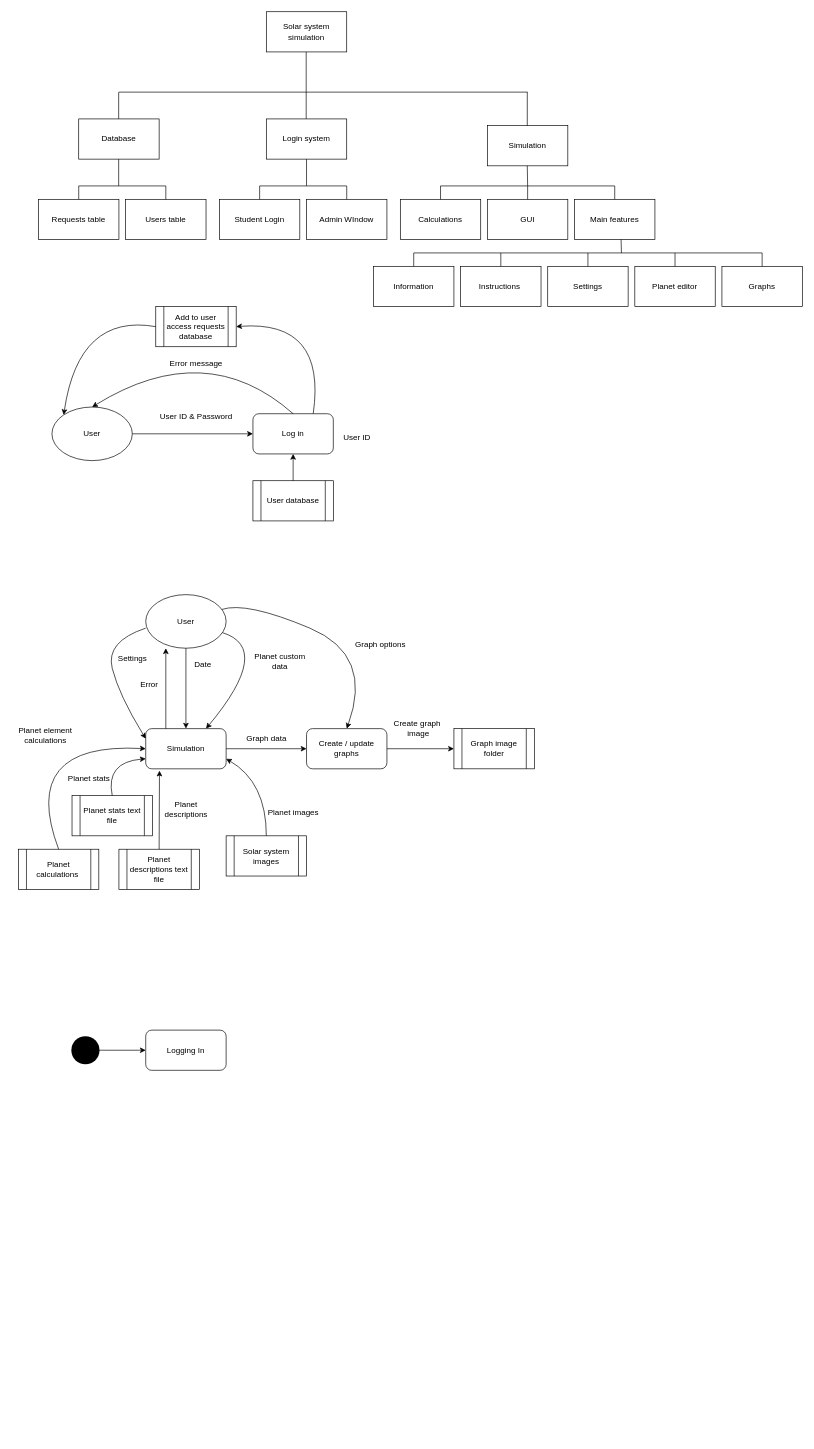
Qaim0/CS_Project1 keeps this draw.io diagram as Untitled Diagram.drawio. Above is the earlier version. Source tidied: cells renumbered, new cells numbered last; positions are measured from the earlier drawing's top-left corner, leaving out a move shared by most shapes. Both pictures are drawn from the tidied source at 67%, with x=0, y=0 at pixel (11, 11).
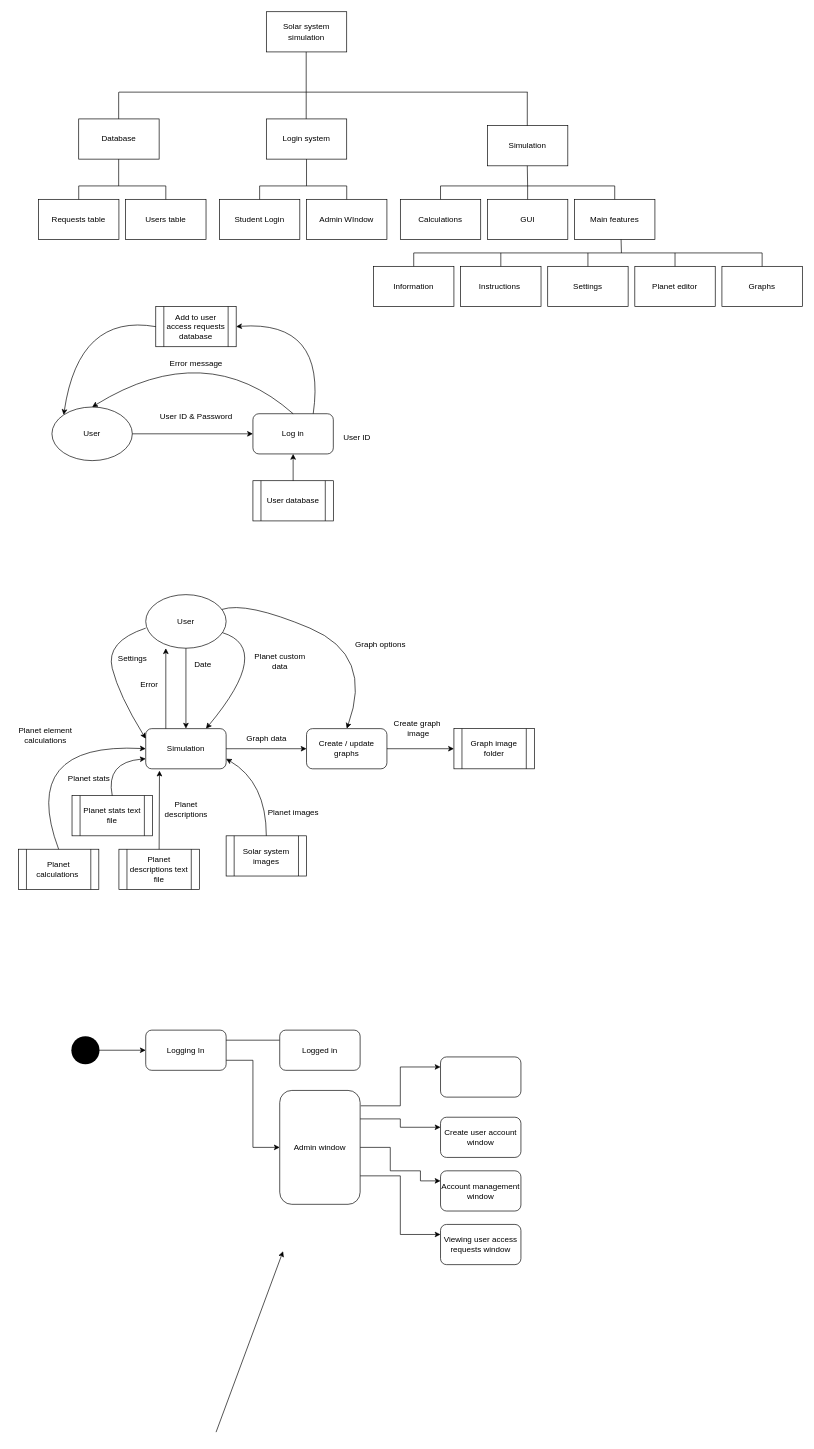
The same page after the edit.

Unchanged cells that the change refers to:
```xml
<mxCell id="87" value="Logging In" style="rounded=1;whiteSpace=wrap;html=1;" parent="1" vertex="1">
  <mxGeometry x="200" y="1520" width="120" height="60" as="geometry" />
</mxCell>
```

The edit, as a diff of the source:
```diff
@@
+    <mxCell id="88" style="edgeStyle=orthogonalEdgeStyle;rounded=0;jettySize=auto;html=1;exitX=1;exitY=0.75;exitDx=0;exitDy=0;entryX=0;entryY=0.5;entryDx=0;entryDy=0;" parent="1" edge="1" source="87" target="94">
+      <mxGeometry relative="1" as="geometry" />
+    </mxCell>
@@
+    <mxCell id="89" style="endArrow=none;html=1;rounded=0;exitX=1;exitY=0.25;exitDx=0;exitDy=0;" parent="1" edge="1" source="87">
+      <mxGeometry relative="1" as="geometry">
+        <mxPoint x="400" y="1535" as="targetPoint" />
+      </mxGeometry>
+    </mxCell>
+    <mxCell id="90" value="Logged in" style="rounded=1;whiteSpace=wrap;html=1;" parent="1" vertex="1">
+      <mxGeometry x="400" y="1520" width="120" height="60" as="geometry" />
+    </mxCell>
+    <mxCell id="91" style="edgeStyle=orthogonalEdgeStyle;rounded=0;jettySize=auto;html=1;exitX=1;exitY=0.25;exitDx=0;exitDy=0;entryX=0;entryY=0.25;entryDx=0;entryDy=0;" parent="1" edge="1" source="94" target="96">
+      <mxGeometry relative="1" as="geometry" />
+    </mxCell>
+    <mxCell id="92" style="edgeStyle=orthogonalEdgeStyle;rounded=0;jettySize=auto;html=1;exitX=1;exitY=0.5;exitDx=0;exitDy=0;entryX=0;entryY=0.25;entryDx=0;entryDy=0;" parent="1" edge="1" source="94" target="97">
+      <mxGeometry relative="1" as="geometry">
+        <Array as="points">
+          <mxPoint x="565" y="1695" />
+          <mxPoint x="565" y="1730" />
+          <mxPoint x="610" y="1730" />
+        </Array>
+      </mxGeometry>
+    </mxCell>
+    <mxCell id="93" style="edgeStyle=orthogonalEdgeStyle;rounded=0;jettySize=auto;html=1;exitX=1;exitY=0.75;exitDx=0;exitDy=0;entryX=0;entryY=0.25;entryDx=0;entryDy=0;" parent="1" edge="1" source="94" target="100">
+      <mxGeometry relative="1" as="geometry" />
+    </mxCell>
+    <mxCell id="94" value="Admin window" style="rounded=1;whiteSpace=wrap;html=1;" parent="1" vertex="1">
+      <mxGeometry x="400" y="1610" width="120" height="170" as="geometry" />
+    </mxCell>
+    <mxCell id="95" style="rounded=1;whiteSpace=wrap;html=1;" parent="1" vertex="1">
+      <mxGeometry x="640" y="1560" width="120" height="60" as="geometry" />
+    </mxCell>
+    <mxCell id="96" value="Create user account window" style="rounded=1;whiteSpace=wrap;html=1;" parent="1" vertex="1">
+      <mxGeometry x="640" y="1650" width="120" height="60" as="geometry" />
+    </mxCell>
+    <mxCell id="97" value="Account management window" style="rounded=1;whiteSpace=wrap;html=1;" parent="1" vertex="1">
+      <mxGeometry x="640" y="1730" width="120" height="60" as="geometry" />
+    </mxCell>
+    <mxCell id="98" style="endArrow=classic;html=1;rounded=0;edgeStyle=orthogonalEdgeStyle;entryX=0;entryY=0.25;entryDx=0;entryDy=0;exitX=1.008;exitY=0.135;exitDx=0;exitDy=0;exitPerimeter=0;" parent="1" edge="1" source="94" target="95">
+      <mxGeometry relative="1" as="geometry" />
+    </mxCell>
+    <mxCell id="99" style="endArrow=classic;html=1;rounded=0;" parent="1" edge="1">
+      <mxGeometry relative="1" as="geometry">
+        <mxPoint x="305" y="2120" as="sourcePoint" />
+        <mxPoint x="405" y="1850" as="targetPoint" />
+      </mxGeometry>
+    </mxCell>
+    <mxCell id="100" value="Viewing user access requests window" style="rounded=1;whiteSpace=wrap;html=1;" parent="1" vertex="1">
+      <mxGeometry x="640" y="1810" width="120" height="60" as="geometry" />
+    </mxCell>
```
